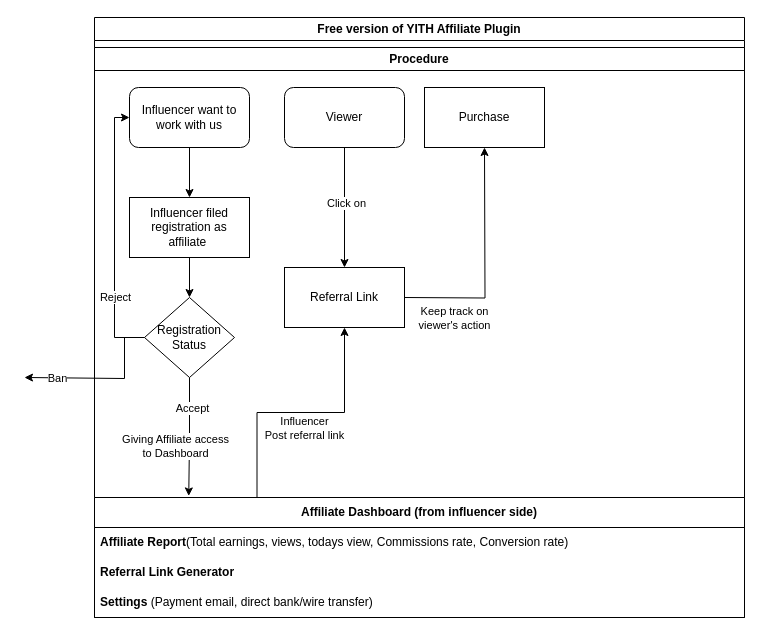
Earlier version of the draw.io diagram YITH_affiliate.drawio (lemuela1/lemuela1). Source tidied: cells renumbered, new cells numbered last; positions are measured from the earlier drawing's top-left corner, leaving out a move shared by most shapes. Both pictures are drawn from the tidied source at 100%, with x=0, y=0 at pixel (24, 17).
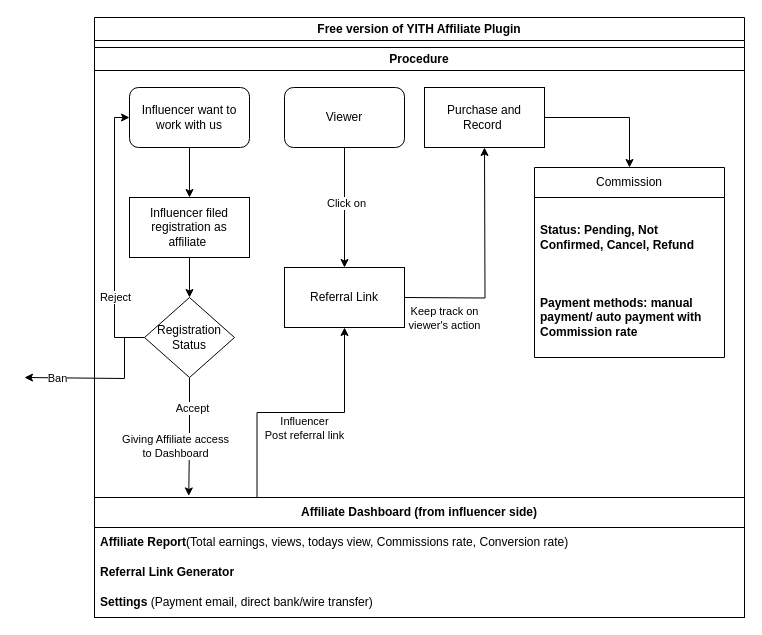
The same diagram, later.

The change refers to these unchanged cells:
```xml
<mxCell id="3" value="Procedure" style="swimlane;whiteSpace=wrap;html=1;" parent="2" vertex="1">
  <mxGeometry y="30" width="650" height="450" as="geometry" />
</mxCell>
<mxCell id="17" style="edgeStyle=orthogonalEdgeStyle;rounded=0;orthogonalLoop=1;jettySize=auto;html=1;" parent="3" edge="1">
  <mxGeometry relative="1" as="geometry">
    <mxPoint x="310" y="250" as="sourcePoint" />
    <mxPoint x="390" y="100" as="targetPoint" />
  </mxGeometry>
</mxCell>
```

What changed in the source:
```diff
@@
     <mxCell id="18" value="Keep track on&lt;br&gt;viewer's action" style="edgeLabel;html=1;align=center;verticalAlign=middle;" parent="17" vertex="1">
       <mxGeometry x="-0.61" y="-1" relative="1" as="geometry">
-        <mxPoint x="5" y="19" as="offset" />
+        <mxPoint x="-5" y="19" as="offset" />
       </mxGeometry>
     </mxCell>
@@
-    <mxCell id="20" value="Purchase" style="rounded=0;whiteSpace=wrap;html=1;" parent="3" vertex="1">
+    <mxCell id="20" value="Purchase and Record&amp;nbsp;" style="rounded=0;whiteSpace=wrap;html=1;" parent="3" vertex="1">
       <mxGeometry x="330" y="40" width="120" height="60" as="geometry" />
     </mxCell>
+    <mxCell id="30" style="edgeStyle=orthogonalEdgeStyle;rounded=0;jettySize=auto;html=1;entryX=0.5;entryY=0;entryDx=0;entryDy=0;" parent="3" edge="1" source="20" target="31">
+      <mxGeometry relative="1" as="geometry">
+        <Array as="points">
+          <mxPoint x="535" y="70" />
+        </Array>
+      </mxGeometry>
+    </mxCell>
+    <mxCell id="31" value="Commission" style="swimlane;fontStyle=0;horizontal=1;startSize=30;whiteSpace=wrap;html=1;" parent="3" vertex="1">
+      <mxGeometry x="440" y="120" width="190" height="190" as="geometry" />
+    </mxCell>
+    <mxCell id="32" value="&lt;b&gt;Status: Pending, Not Confirmed, Cancel, Refund&amp;nbsp;&lt;/b&gt;" style="text;strokeColor=none;fillColor=none;align=left;verticalAlign=middle;spacingLeft=4;spacingRight=4;overflow=hidden;whiteSpace=wrap;html=1;" parent="31" vertex="1">
+      <mxGeometry y="30" width="190" height="80" as="geometry" />
+    </mxCell>
+    <mxCell id="33" value="&lt;b&gt;Payment methods: manual payment/ auto payment with Commission rate&lt;/b&gt;" style="text;strokeColor=none;fillColor=none;align=left;verticalAlign=middle;spacingLeft=4;spacingRight=4;overflow=hidden;whiteSpace=wrap;html=1;" parent="31" vertex="1">
+      <mxGeometry y="110" width="190" height="80" as="geometry" />
+    </mxCell>
```
